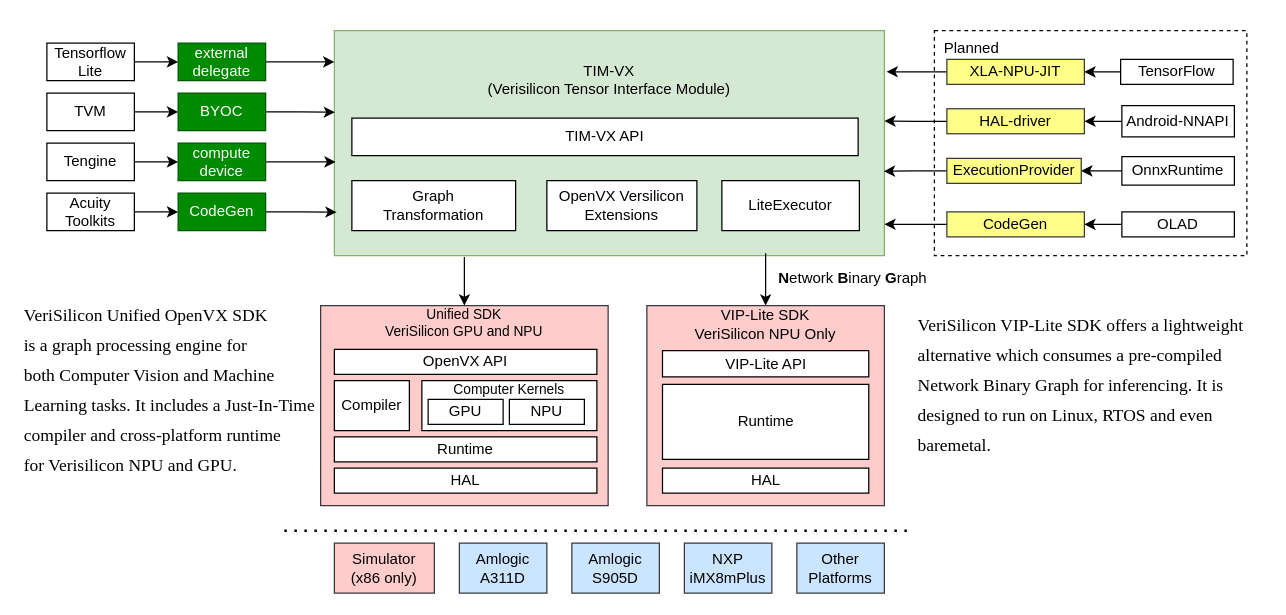
This is docs/image/timvx_overview.drawio from VeriSilicon/TIM-VX, a draw.io file, before an edit. Source tidied: cells renumbered, new cells numbered last; positions are measured from the earlier drawing's top-left corner, leaving out a move shared by most shapes. Both pictures are drawn from the tidied source at 125%, with x=0, y=0 at pixel (21, 21).
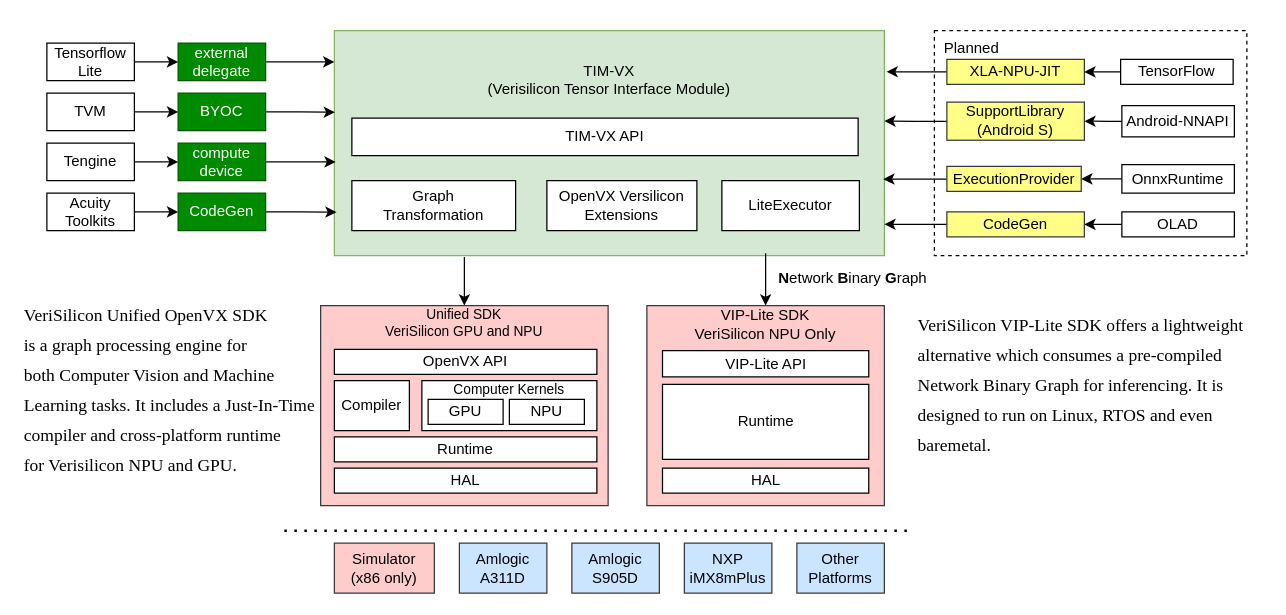
The same page after the edit.

Commit message (it also covers changes not shown here):
Update component diagram and README.md

Unchanged cells that the change refers to:
```xml
<mxCell id="5" value="TIM-VX&lt;br&gt;(Verisilicon Tensor Interface Module)&lt;br&gt;&lt;br&gt;&lt;br&gt;&lt;br&gt;&lt;br&gt;&lt;br&gt;&lt;br&gt;&lt;br&gt;" style="rounded=0;whiteSpace=wrap;html=1;fillColor=#d5e8d4;strokeColor=#82b366;" parent="1" vertex="1">
  <mxGeometry x="250" y="7" width="440" height="180" as="geometry" />
</mxCell>
```

What changed in the source:
```diff
@@
-    <mxCell id="46" value="HAL-driver" style="rounded=0;whiteSpace=wrap;html=1;strokeColor=#36393d;fillColor=#ffff88;" parent="1" vertex="1">
-      <mxGeometry x="740" y="69.5" width="110" height="20" as="geometry" />
+    <mxCell id="46" value="SupportLibrary&lt;br&gt;(Android S)" style="rounded=0;whiteSpace=wrap;html=1;strokeColor=#36393d;fillColor=#ffff88;" parent="1" vertex="1">
+      <mxGeometry x="740" y="64.2" width="110" height="30.5" as="geometry" />
     </mxCell>
@@
-    <mxCell id="50" style="edgeStyle=orthogonalEdgeStyle;rounded=0;jettySize=auto;html=1;fontColor=#000000;entryX=0.999;entryY=0.625;entryDx=0;entryDy=0;entryPerimeter=0;" parent="1" edge="1" source="51" target="5">
+    <mxCell id="50" style="edgeStyle=none;html=1;entryX=0.998;entryY=0.66;entryDx=0;entryDy=0;entryPerimeter=0;" parent="1" edge="1" source="51" target="5">
       <mxGeometry relative="1" as="geometry" />
     </mxCell>
     <mxCell id="51" value="ExecutionProvider" style="whiteSpace=wrap;html=1;rounded=0;fillColor=#ffff88;strokeColor=#36393d;" parent="1" vertex="1">
-      <mxGeometry x="740" y="109.2" width="107.5" height="20" as="geometry" />
+      <mxGeometry x="740" y="115.6" width="107.5" height="20" as="geometry" />
     </mxCell>
@@
     <mxCell id="57" value="OnnxRuntime" style="rounded=0;whiteSpace=wrap;html=1;strokeColor=#000000;" parent="1" vertex="1">
-      <mxGeometry x="880" y="107.8" width="90" height="22.8" as="geometry" />
+      <mxGeometry x="880" y="114.2" width="90" height="22.8" as="geometry" />
     </mxCell>
```
